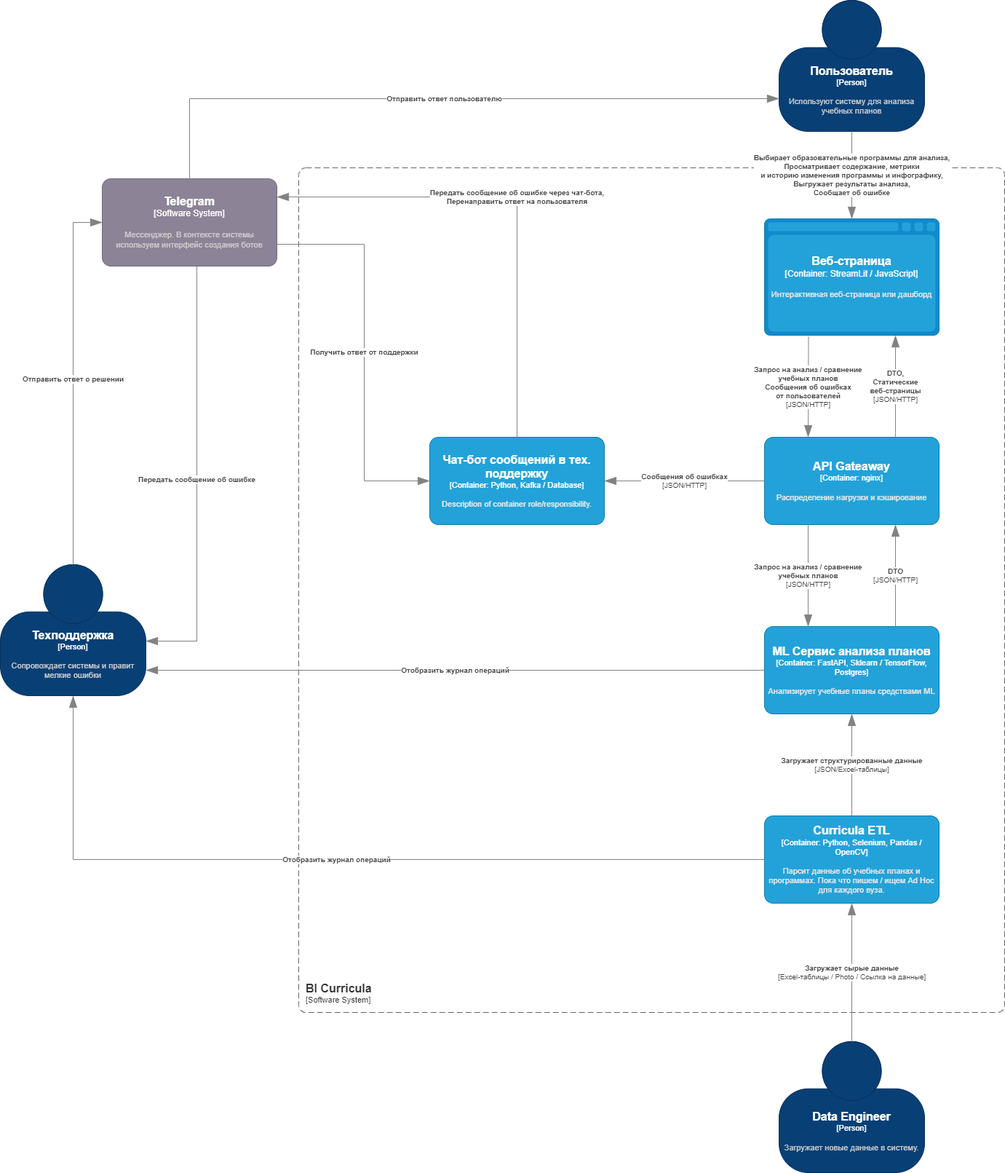
This is Lab Work №2/docs/SSAD 2-2.png from yunas-x/Diploma, a draw.io export, as it was before one commit. Source tidied: cells renumbered, new cells last; positions are measured from the earlier drawing's top-left corner, leaving out a move shared by most shapes.
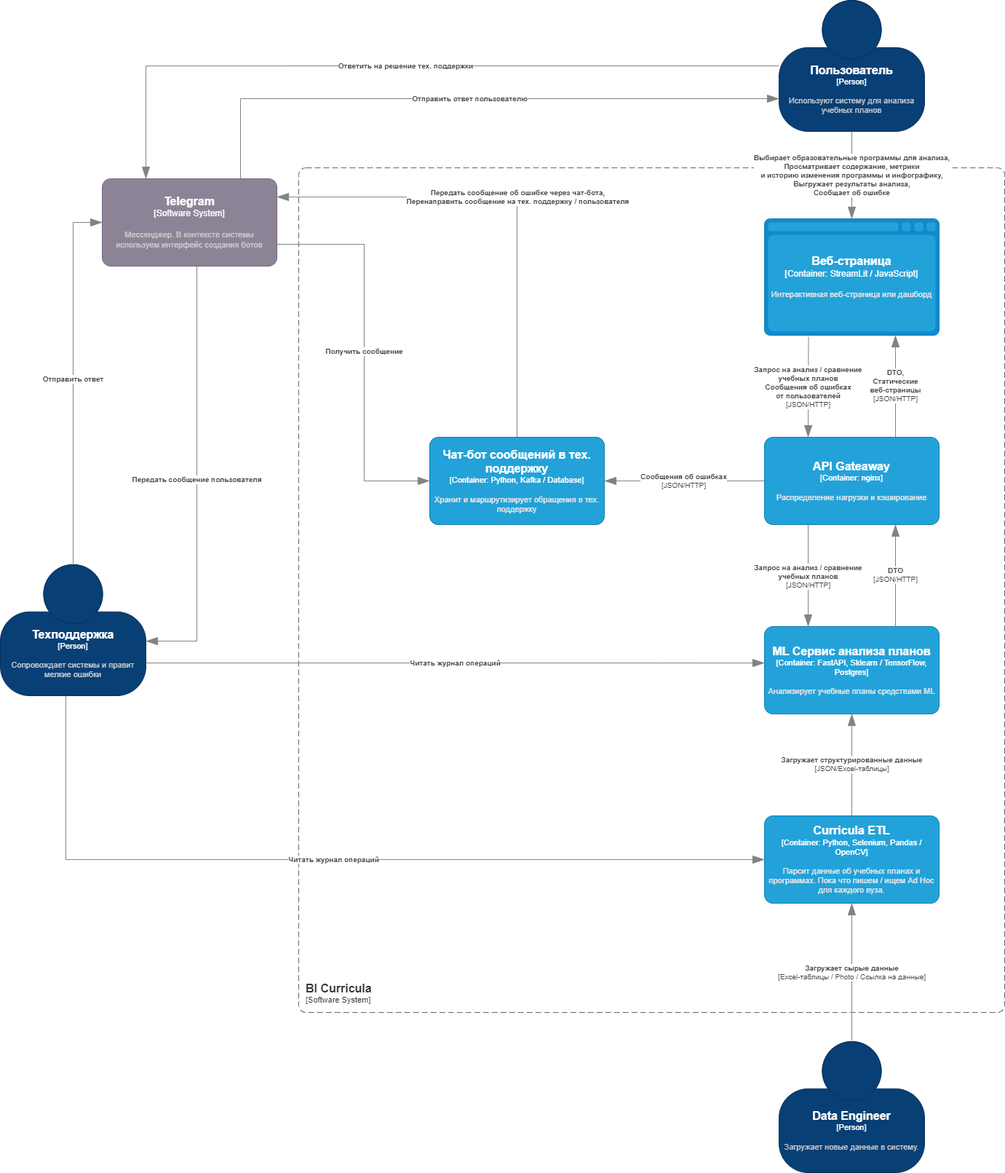
The same file after the commit.

What changed in the source:
```diff
@@ -42,12 +42,12 @@
         <mxGeometry x="1050" y="860" width="240" height="120" as="geometry" />
       </mxCell>
     </object>
-    <object id="10" label="&lt;div style=&quot;text-align: left&quot;&gt;&lt;div style=&quot;text-align: center&quot;&gt;&lt;b&gt;%c4Description%&lt;/b&gt;&lt;/div&gt;" c4Description="Отобразить журнал операций" c4Type="Relationship" placeholders="1">
-      <mxCell style="endArrow=blockThin;html=1;fontSize=10;fontColor=#404040;strokeWidth=1;endFill=1;strokeColor=#828282;elbow=vertical;endSize=14;startSize=14;jumpStyle=arc;jumpSize=16;rounded=0;edgeStyle=orthogonalEdgeStyle;" parent="1" edge="1" source="9" target="2">
+    <object id="10" label="&lt;div style=&quot;text-align: left&quot;&gt;&lt;div style=&quot;text-align: center&quot;&gt;&lt;b&gt;%c4Description%&lt;/b&gt;&lt;/div&gt;" c4Description="Читать журнал операций" c4Type="Relationship" placeholders="1">
+      <mxCell style="endArrow=blockThin;html=1;fontSize=10;fontColor=#404040;strokeWidth=1;endFill=1;strokeColor=#828282;elbow=vertical;endSize=14;startSize=14;jumpStyle=arc;jumpSize=16;rounded=0;edgeStyle=orthogonalEdgeStyle;exitX=1;exitY=0.75;exitDx=0;exitDy=0;exitPerimeter=0;" parent="1" edge="1" source="2" target="9">
         <mxGeometry relative="1" as="geometry">
           <Array as="points">
-            <mxPoint x="420" y="920" />
-            <mxPoint x="420" y="920" />
+            <mxPoint x="840" y="910" />
+            <mxPoint x="840" y="910" />
           </Array>
         </mxGeometry>
       </mxCell>
@@ -57,7 +57,7 @@
         <mxGeometry x="1050" y="600" width="240" height="120" as="geometry" />
       </mxCell>
     </object>
-    <object id="12" label="&lt;font style=&quot;font-size: 16px&quot;&gt;&lt;b&gt;%c4Name%&lt;/b&gt;&lt;/font&gt;&lt;div&gt;[%c4Type%: %c4Technology%]&lt;/div&gt;&lt;br&gt;&lt;div&gt;&lt;font style=&quot;font-size: 11px&quot;&gt;&lt;font color=&quot;#E6E6E6&quot;&gt;%c4Description%&lt;/font&gt;&lt;/div&gt;" c4Description="Description of container role/responsibility." c4Name="Чат-бот сообщений в тех. поддержку" c4Technology="Python, Kafka / Database" c4Type="Container" placeholders="1">
+    <object id="12" label="&lt;font style=&quot;font-size: 16px&quot;&gt;&lt;b&gt;%c4Name%&lt;/b&gt;&lt;/font&gt;&lt;div&gt;[%c4Type%: %c4Technology%]&lt;/div&gt;&lt;br&gt;&lt;div&gt;&lt;font style=&quot;font-size: 11px&quot;&gt;&lt;font color=&quot;#E6E6E6&quot;&gt;%c4Description%&lt;/font&gt;&lt;/div&gt;" c4Description="Хранит и маршрутизирует обращения в тех. поддержку" c4Name="Чат-бот сообщений в тех. поддержку" c4Technology="Python, Kafka / Database" c4Type="Container" placeholders="1">
       <mxCell style="rounded=1;whiteSpace=wrap;html=1;fontSize=11;labelBackgroundColor=none;fillColor=#23A2D9;fontColor=#ffffff;align=center;arcSize=10;strokeColor=#0E7DAD;points=[[0.25,0,0],[0.5,0,0],[0.75,0,0],[1,0.25,0],[1,0.5,0],[1,0.75,0],[0.75,1,0],[0.5,1,0],[0.25,1,0],[0,0.75,0],[0,0.5,0],[0,0.25,0]];" parent="1" vertex="1">
         <mxGeometry x="590" y="600" width="240" height="120" as="geometry" />
       </mxCell>
@@ -102,7 +102,7 @@
         <mxGeometry x="140" y="245" width="240" height="120" as="geometry" />
       </mxCell>
     </object>
-    <object id="20" label="&lt;div style=&quot;text-align: left&quot;&gt;&lt;div style=&quot;text-align: center&quot;&gt;&lt;b&gt;%c4Description%&lt;/b&gt;&lt;/div&gt;" c4Description="Передать сообщение об ошибке через чат-бота, &#10;Перенаправить ответ на пользователя" c4Type="Relationship" placeholders="1">
+    <object id="20" label="&lt;div style=&quot;text-align: left&quot;&gt;&lt;div style=&quot;text-align: center&quot;&gt;&lt;b&gt;%c4Description%&lt;/b&gt;&lt;/div&gt;" c4Description="Передать сообщение об ошибке через чат-бота,&#10;Перенаправить сообщение на тех. поддержку / пользователя" c4Type="Relationship" placeholders="1">
       <mxCell style="endArrow=blockThin;html=1;fontSize=10;fontColor=#404040;strokeWidth=1;endFill=1;strokeColor=#828282;elbow=vertical;endSize=14;startSize=14;jumpStyle=arc;jumpSize=16;rounded=0;edgeStyle=orthogonalEdgeStyle;exitX=0.5;exitY=0;exitDx=0;exitDy=0;exitPerimeter=0;" parent="1" edge="1" source="12" target="19">
         <mxGeometry relative="1" as="geometry">
           <Array as="points">
@@ -111,7 +111,7 @@
         </mxGeometry>
       </mxCell>
     </object>
-    <object id="21" label="&lt;div style=&quot;text-align: left&quot;&gt;&lt;div style=&quot;text-align: center&quot;&gt;&lt;b&gt;%c4Description%&lt;/b&gt;&lt;/div&gt;" c4Description="Передать сообщение об ошибке" c4Type="Relationship" placeholders="1">
+    <object id="21" label="&lt;div style=&quot;text-align: left&quot;&gt;&lt;div style=&quot;text-align: center&quot;&gt;&lt;b&gt;%c4Description%&lt;/b&gt;&lt;/div&gt;" c4Description="Передать сообщение пользователя" c4Type="Relationship" placeholders="1">
       <mxCell style="endArrow=blockThin;html=1;fontSize=10;fontColor=#404040;strokeWidth=1;endFill=1;strokeColor=#828282;elbow=vertical;endSize=14;startSize=14;jumpStyle=arc;jumpSize=16;rounded=0;edgeStyle=orthogonalEdgeStyle;" parent="1" edge="1" source="19" target="2">
         <mxGeometry relative="1" as="geometry">
           <Array as="points">
@@ -120,7 +120,7 @@
         </mxGeometry>
       </mxCell>
     </object>
-    <object id="22" label="&lt;div style=&quot;text-align: left&quot;&gt;&lt;div style=&quot;text-align: center&quot;&gt;&lt;b&gt;%c4Description%&lt;/b&gt;&lt;/div&gt;" c4Description="Отправить ответ о решении" c4Type="Relationship" placeholders="1">
+    <object id="22" label="&lt;div style=&quot;text-align: left&quot;&gt;&lt;div style=&quot;text-align: center&quot;&gt;&lt;b&gt;%c4Description%&lt;/b&gt;&lt;/div&gt;" c4Description="Отправить ответ" c4Type="Relationship" placeholders="1">
       <mxCell style="endArrow=blockThin;html=1;fontSize=10;fontColor=#404040;strokeWidth=1;endFill=1;strokeColor=#828282;elbow=vertical;endSize=14;startSize=14;jumpStyle=arc;jumpSize=16;rounded=0;edgeStyle=orthogonalEdgeStyle;entryX=0;entryY=0.5;entryDx=0;entryDy=0;entryPerimeter=0;exitX=0.5;exitY=0;exitDx=0;exitDy=0;exitPerimeter=0;" parent="1" edge="1" source="2" target="19">
         <mxGeometry relative="1" as="geometry">
           <Array as="points">
@@ -130,15 +130,15 @@
       </mxCell>
     </object>
     <object id="23" label="&lt;div style=&quot;text-align: left&quot;&gt;&lt;div style=&quot;text-align: center&quot;&gt;&lt;b&gt;%c4Description%&lt;/b&gt;&lt;/div&gt;" c4Description="Отправить ответ пользователю" c4Type="Relationship" placeholders="1">
-      <mxCell style="endArrow=blockThin;html=1;fontSize=10;fontColor=#404040;strokeWidth=1;endFill=1;strokeColor=#828282;elbow=vertical;endSize=14;startSize=14;jumpStyle=arc;jumpSize=16;rounded=0;edgeStyle=orthogonalEdgeStyle;exitX=0.5;exitY=0;exitDx=0;exitDy=0;exitPerimeter=0;" parent="1" edge="1" source="19" target="4">
+      <mxCell style="endArrow=blockThin;html=1;fontSize=10;fontColor=#404040;strokeWidth=1;endFill=1;strokeColor=#828282;elbow=vertical;endSize=14;startSize=14;jumpStyle=arc;jumpSize=16;rounded=0;edgeStyle=orthogonalEdgeStyle;" parent="1" edge="1" source="19" target="4">
         <mxGeometry relative="1" as="geometry">
           <Array as="points">
-            <mxPoint x="260" y="135" />
+            <mxPoint x="330" y="135" />
           </Array>
         </mxGeometry>
       </mxCell>
     </object>
-    <object id="24" label="&lt;div style=&quot;text-align: left&quot;&gt;&lt;div style=&quot;text-align: center&quot;&gt;&lt;b&gt;%c4Description%&lt;/b&gt;&lt;/div&gt;" c4Description="Получить ответ от поддержки" c4Type="Relationship" placeholders="1">
+    <object id="24" label="&lt;div style=&quot;text-align: left&quot;&gt;&lt;div style=&quot;text-align: center&quot;&gt;&lt;b&gt;%c4Description%&lt;/b&gt;&lt;/div&gt;" c4Description="Получить сообщение" c4Type="Relationship" placeholders="1">
       <mxCell style="endArrow=blockThin;html=1;fontSize=10;fontColor=#404040;strokeWidth=1;endFill=1;strokeColor=#828282;elbow=vertical;endSize=14;startSize=14;jumpStyle=arc;jumpSize=16;rounded=0;edgeStyle=orthogonalEdgeStyle;exitX=1;exitY=0.75;exitDx=0;exitDy=0;exitPerimeter=0;entryX=0;entryY=0.5;entryDx=0;entryDy=0;entryPerimeter=0;" parent="1" edge="1" source="19" target="12">
         <mxGeometry relative="1" as="geometry">
           <Array as="points">
@@ -153,14 +153,23 @@
         <mxGeometry x="0.01" relative="1" as="geometry" />
       </mxCell>
     </object>
-    <object id="26" label="&lt;div style=&quot;text-align: left&quot;&gt;&lt;div style=&quot;text-align: center&quot;&gt;&lt;b&gt;%c4Description%&lt;/b&gt;&lt;/div&gt;" c4Description="Отобразить журнал операций" c4Type="Relationship" placeholders="1">
-      <mxCell style="endArrow=blockThin;html=1;fontSize=10;fontColor=#404040;strokeWidth=1;endFill=1;strokeColor=#828282;elbow=vertical;endSize=14;startSize=14;jumpStyle=arc;jumpSize=16;rounded=0;edgeStyle=orthogonalEdgeStyle;exitX=0;exitY=0.5;exitDx=0;exitDy=0;exitPerimeter=0;entryX=0.5;entryY=1;entryDx=0;entryDy=0;entryPerimeter=0;" parent="1" edge="1" source="6" target="2">
+    <object id="26" label="&lt;div style=&quot;text-align: left&quot;&gt;&lt;div style=&quot;text-align: center&quot;&gt;&lt;b&gt;%c4Description%&lt;/b&gt;&lt;/div&gt;" c4Description="Читать журнал операций" c4Type="Relationship" placeholders="1">
+      <mxCell style="endArrow=blockThin;html=1;fontSize=10;fontColor=#404040;strokeWidth=1;endFill=1;strokeColor=#828282;elbow=vertical;endSize=14;startSize=14;jumpStyle=arc;jumpSize=16;rounded=0;edgeStyle=orthogonalEdgeStyle;" parent="1" edge="1" source="2" target="6">
         <mxGeometry relative="1" as="geometry">
           <Array as="points">
-            <mxPoint x="100" y="1180" />
+            <mxPoint x="90" y="1180" />
           </Array>
         </mxGeometry>
       </mxCell>
     </object>
+    <object id="27" label="&lt;div style=&quot;text-align: left&quot;&gt;&lt;div style=&quot;text-align: center&quot;&gt;&lt;b&gt;%c4Description%&lt;/b&gt;&lt;/div&gt;" c4Description="Ответить на решение тех. поддержки" c4Type="Relationship" placeholders="1">
+      <mxCell style="endArrow=blockThin;html=1;fontSize=10;fontColor=#404040;strokeWidth=1;endFill=1;strokeColor=#828282;elbow=vertical;endSize=14;startSize=14;jumpStyle=arc;jumpSize=16;rounded=0;edgeStyle=orthogonalEdgeStyle;exitX=0;exitY=0.5;exitDx=0;exitDy=0;exitPerimeter=0;entryX=0.25;entryY=0;entryDx=0;entryDy=0;entryPerimeter=0;" parent="1" edge="1" source="4" target="19">
+        <mxGeometry relative="1" as="geometry">
+          <Array as="points">
+            <mxPoint x="200" y="90" />
+          </Array>
+        </mxGeometry>
+      </mxCell>
+    </object>
   </root>
 </mxGraphModel>
```
